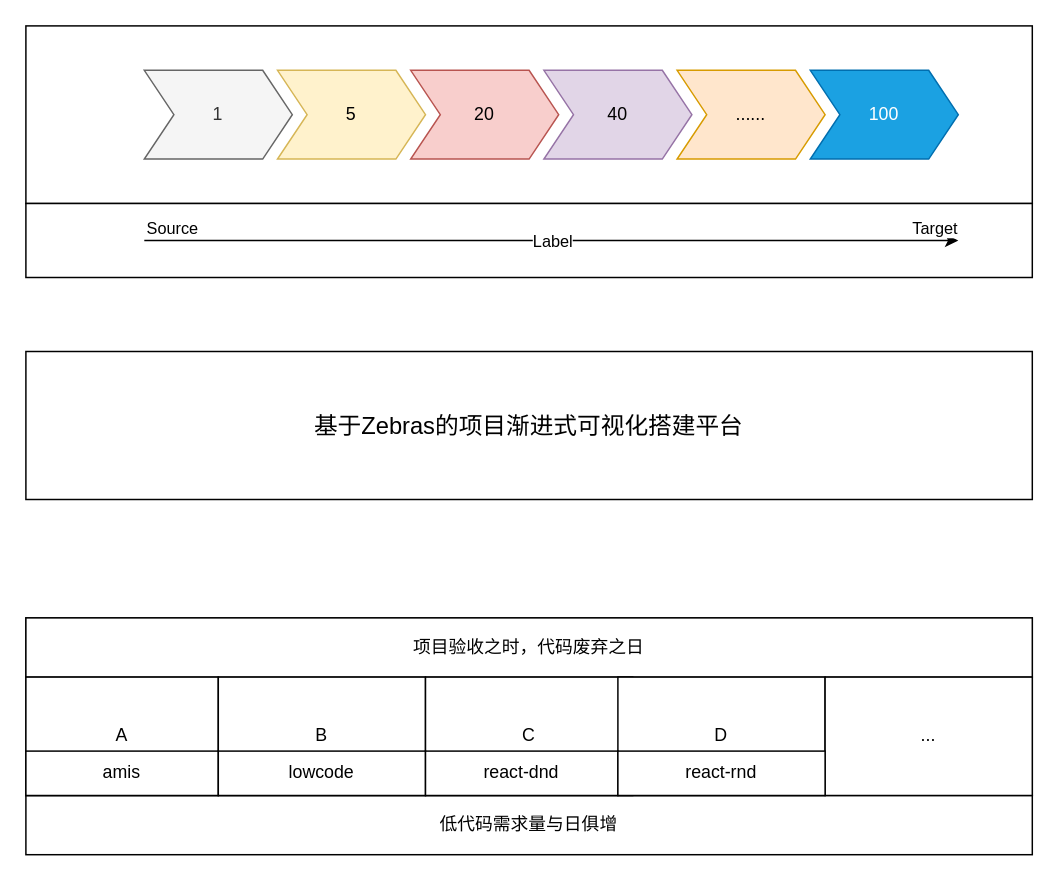
Before: 低代码—目标.drawio in tangyaosimida/love, a draw.io diagram. Source tidied: cells renumbered, new cells numbered last; positions are measured from the earlier drawing's top-left corner, leaving out a move shared by most shapes. Both pictures are drawn from the tidied source at 148%, with x=0, y=0 at pixel (25, 25).
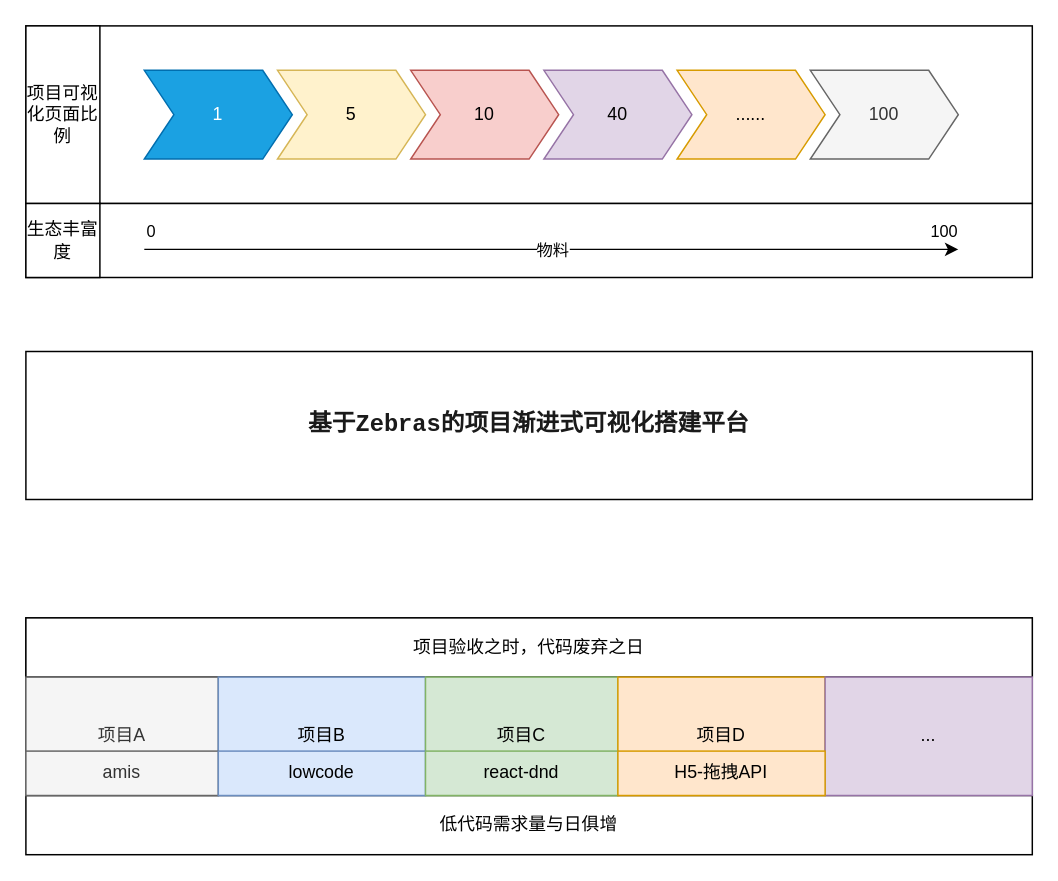
The same page after the edit.

Commit message:
更新低代码—目标.drawio

Change to the diagram source:
```diff
@@
-    <mxCell id="3" value="&lt;font style=&quot;font-size: 16px;&quot;&gt;基于Zebras的项目渐进式可视化搭建平台&lt;/font&gt;" style="rounded=0;whiteSpace=wrap;html=1;" parent="1" vertex="1">
+    <mxCell id="3" value="&lt;font face=&quot;Courier New&quot; style=&quot;font-size: 16px;&quot;&gt;&lt;span style=&quot;&quot;&gt;&lt;span&gt;基于Zebras的项目渐进式可视化搭建平台&lt;/span&gt;&lt;/span&gt;&lt;/font&gt;" style="rounded=0;whiteSpace=wrap;html=1;fontColor=#1A1A1A;align=center;fontStyle=1;" parent="1" vertex="1">
       <mxGeometry y="220" width="680" height="100" as="geometry" />
     </mxCell>
@@
-    <mxCell id="5" value="1" style="shape=step;perimeter=stepPerimeter;whiteSpace=wrap;html=1;fixedSize=1;fillColor=#f5f5f5;fontColor=#333333;strokeColor=#666666;" parent="1" vertex="1">
+    <mxCell id="5" value="1" style="shape=step;perimeter=stepPerimeter;whiteSpace=wrap;html=1;fixedSize=1;fillColor=#1ba1e2;fontColor=#ffffff;strokeColor=#006EAF;" parent="1" vertex="1">
       <mxGeometry x="80" y="30" width="100" height="60" as="geometry" />
     </mxCell>
@@
-    <mxCell id="7" value="20" style="shape=step;perimeter=stepPerimeter;whiteSpace=wrap;html=1;fixedSize=1;fillColor=#f8cecc;strokeColor=#b85450;" parent="1" vertex="1">
+    <mxCell id="7" value="10" style="shape=step;perimeter=stepPerimeter;whiteSpace=wrap;html=1;fixedSize=1;fillColor=#f8cecc;strokeColor=#b85450;" parent="1" vertex="1">
       <mxGeometry x="260" y="30" width="100" height="60" as="geometry" />
     </mxCell>
@@
-    <mxCell id="10" value="100" style="shape=step;perimeter=stepPerimeter;whiteSpace=wrap;html=1;fixedSize=1;fillColor=#1ba1e2;strokeColor=#006EAF;fontColor=#ffffff;" parent="1" vertex="1">
+    <mxCell id="10" value="100" style="shape=step;perimeter=stepPerimeter;whiteSpace=wrap;html=1;fixedSize=1;fillColor=#f5f5f5;strokeColor=#666666;fontColor=#333333;" parent="1" vertex="1">
       <mxGeometry x="530" y="30" width="100" height="60" as="geometry" />
     </mxCell>
@@
-    <mxCell id="14" value="A" style="rounded=0;whiteSpace=wrap;html=1;" parent="1" vertex="1">
+    <mxCell id="14" value="项目A" style="rounded=0;whiteSpace=wrap;html=1;fillColor=#f5f5f5;fontColor=#333333;strokeColor=#666666;" parent="1" vertex="1">
       <mxGeometry y="440" width="130" height="80" as="geometry" />
     </mxCell>
-    <mxCell id="15" value="B" style="rounded=0;whiteSpace=wrap;html=1;" parent="1" vertex="1">
+    <mxCell id="15" value="项目B" style="rounded=0;whiteSpace=wrap;html=1;fillColor=#dae8fc;strokeColor=#6c8ebf;" parent="1" vertex="1">
       <mxGeometry x="130" y="440" width="140" height="80" as="geometry" />
     </mxCell>
-    <mxCell id="16" value="C" style="rounded=0;whiteSpace=wrap;html=1;" parent="1" vertex="1">
-      <mxGeometry x="270" y="440" width="140" height="80" as="geometry" />
+    <mxCell id="16" value="项目C" style="rounded=0;whiteSpace=wrap;html=1;fillColor=#d5e8d4;strokeColor=#82b366;" parent="1" vertex="1">
+      <mxGeometry x="270" y="440" width="130" height="80" as="geometry" />
     </mxCell>
-    <mxCell id="17" value="D" style="rounded=0;whiteSpace=wrap;html=1;" parent="1" vertex="1">
+    <mxCell id="17" value="项目D" style="rounded=0;whiteSpace=wrap;html=1;fillColor=#ffe6cc;strokeColor=#d79b00;" parent="1" vertex="1">
       <mxGeometry x="400" y="440" width="140" height="80" as="geometry" />
     </mxCell>
-    <mxCell id="18" value="..." style="rounded=0;whiteSpace=wrap;html=1;" parent="1" vertex="1">
+    <mxCell id="18" value="..." style="rounded=0;whiteSpace=wrap;html=1;fillColor=#e1d5e7;strokeColor=#9673a6;" parent="1" vertex="1">
       <mxGeometry x="540" y="440" width="140" height="80" as="geometry" />
     </mxCell>
-    <mxCell id="19" value="amis" style="rounded=0;whiteSpace=wrap;html=1;" parent="1" vertex="1">
+    <mxCell id="19" value="amis" style="rounded=0;whiteSpace=wrap;html=1;fillColor=#f5f5f5;fontColor=#333333;strokeColor=#666666;" parent="1" vertex="1">
       <mxGeometry y="490" width="130" height="30" as="geometry" />
     </mxCell>
-    <mxCell id="20" value="lowcode" style="rounded=0;whiteSpace=wrap;html=1;" parent="1" vertex="1">
+    <mxCell id="20" value="lowcode" style="rounded=0;whiteSpace=wrap;html=1;fillColor=#dae8fc;strokeColor=#6c8ebf;" parent="1" vertex="1">
       <mxGeometry x="130" y="490" width="140" height="30" as="geometry" />
     </mxCell>
-    <mxCell id="21" value="react-dnd" style="rounded=0;whiteSpace=wrap;html=1;" parent="1" vertex="1">
+    <mxCell id="21" value="react-dnd" style="rounded=0;whiteSpace=wrap;html=1;fillColor=#d5e8d4;strokeColor=#82b366;" parent="1" vertex="1">
       <mxGeometry x="270" y="490" width="130" height="30" as="geometry" />
     </mxCell>
-    <mxCell id="22" value="react-rnd" style="rounded=0;whiteSpace=wrap;html=1;" parent="1" vertex="1">
+    <mxCell id="22" value="H5-拖拽API" style="rounded=0;whiteSpace=wrap;html=1;fillColor=#ffe6cc;strokeColor=#d79b00;" parent="1" vertex="1">
       <mxGeometry x="400" y="490" width="140" height="30" as="geometry" />
     </mxCell>
     <mxCell id="23" style="endArrow=classic;html=1;rounded=0;" parent="1" edge="1">
       <mxGeometry relative="1" as="geometry">
-        <mxPoint x="80" y="145" as="sourcePoint" />
-        <mxPoint x="630" y="145" as="targetPoint" />
+        <mxPoint x="80" y="151" as="sourcePoint" />
+        <mxPoint x="630" y="151" as="targetPoint" />
       </mxGeometry>
     </mxCell>
-    <mxCell id="24" value="Label" style="edgeLabel;html=1;align=center;verticalAlign=middle;" parent="23" vertex="1">
+    <mxCell id="24" value="物料" style="edgeLabel;html=1;align=center;verticalAlign=middle;" parent="23" vertex="1">
       <mxGeometry relative="1" as="geometry" />
     </mxCell>
-    <mxCell id="25" value="Source" style="edgeLabel;html=1;align=left;verticalAlign=bottom;" parent="23" vertex="1">
-      <mxGeometry x="-1" relative="1" as="geometry" />
+    <mxCell id="25" value="0" style="edgeLabel;html=1;align=left;verticalAlign=bottom;" parent="23" vertex="1">
+      <mxGeometry x="-1" relative="1" as="geometry">
+        <mxPoint y="-4" as="offset" />
+      </mxGeometry>
     </mxCell>
-    <mxCell id="26" value="Target" style="edgeLabel;html=1;align=right;verticalAlign=bottom;" parent="23" vertex="1">
-      <mxGeometry x="1" relative="1" as="geometry" />
+    <mxCell id="26" value="100" style="edgeLabel;html=1;align=right;verticalAlign=bottom;" parent="23" vertex="1">
+      <mxGeometry x="1" relative="1" as="geometry">
+        <mxPoint y="-4" as="offset" />
+      </mxGeometry>
     </mxCell>
+    <mxCell id="27" value="项目可视化页面比例" style="rounded=0;whiteSpace=wrap;html=1;" parent="1" vertex="1">
+      <mxGeometry width="50" height="120" as="geometry" />
+    </mxCell>
+    <mxCell id="28" value="生态丰富度" style="rounded=0;whiteSpace=wrap;html=1;" parent="1" vertex="1">
+      <mxGeometry y="120" width="50" height="50" as="geometry" />
+    </mxCell>
```
